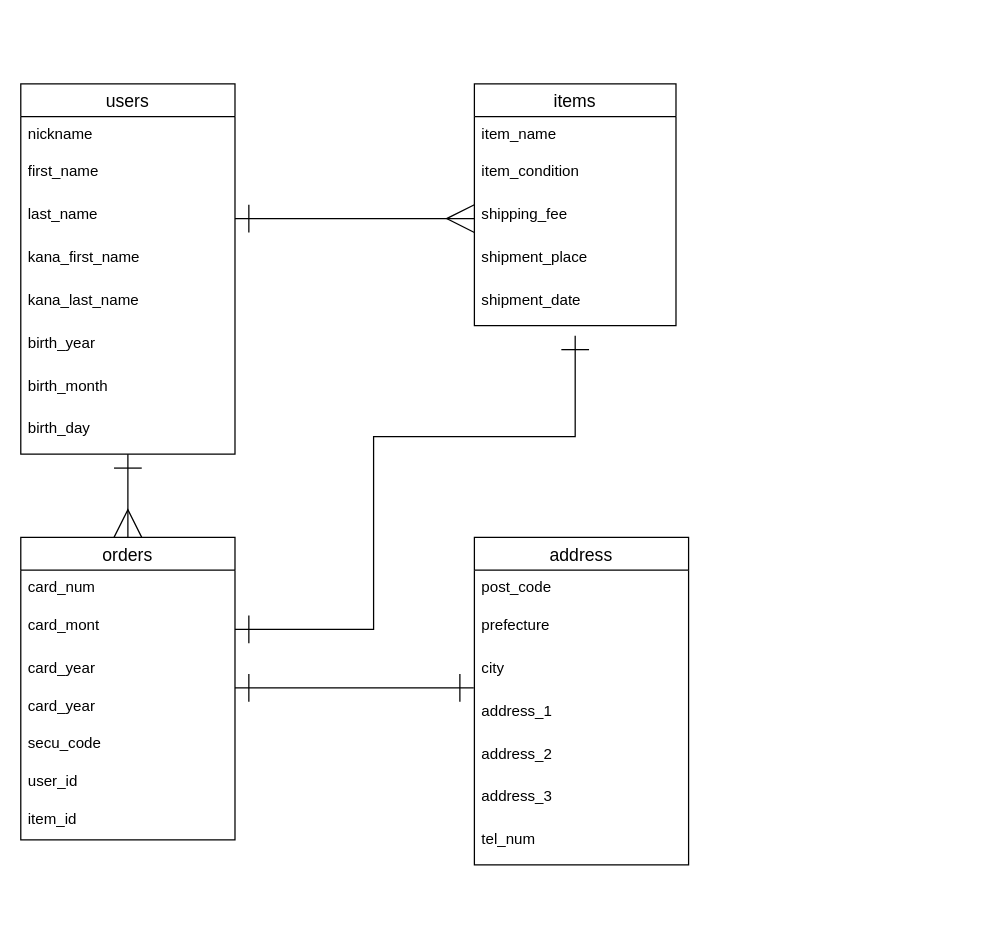
Earlier version of the draw.io diagram furima_db.dio (yamamo1984/furima-32901). Source tidied: cells renumbered, new cells numbered last; positions are measured from the earlier drawing's top-left corner, leaving out a move shared by most shapes. Both pictures are drawn from the tidied source at 126%, with x=0, y=0 at pixel (20, 83).
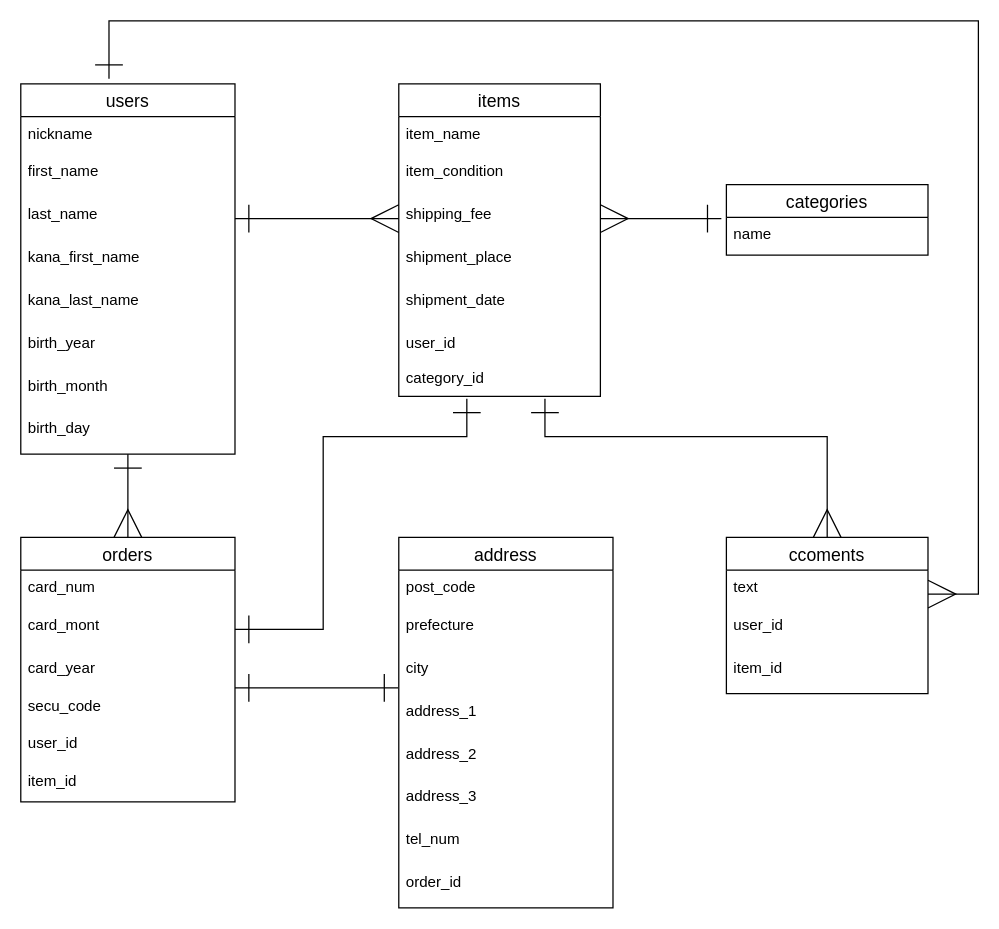
The same diagram, later.

Commit message (it also covers changes not shown here):
テーブル設計

The change refers to these unchanged cells:
```xml
<mxCell id="15" value="shipping_fee" style="text;strokeColor=none;fillColor=none;spacingLeft=4;spacingRight=4;overflow=hidden;points=[[0,0.5],[1,0.5]];portConstraint=eastwest;fontSize=12;" parent="12" vertex="1">
  <mxGeometry y="90" width="160" height="34" as="geometry" />
</mxCell>
<mxCell id="21" value="card_mont" style="text;strokeColor=none;fillColor=none;spacingLeft=4;spacingRight=4;overflow=hidden;points=[[0,0.5],[1,0.5]];portConstraint=eastwest;fontSize=12;" parent="19" vertex="1">
  <mxGeometry y="56" width="170" height="34" as="geometry" />
</mxCell>
```

What changed in the source:
```diff
@@
     <mxCell id="12" value="items" style="swimlane;fontStyle=0;horizontal=1;startSize=26;align=center;fontSize=14;" parent="1" vertex="1">
-      <mxGeometry x="360" width="160" height="192" as="geometry" />
+      <mxGeometry x="300" width="160" height="248" as="geometry" />
     </mxCell>
@@
+    <mxCell id="37" value="user_id" style="text;strokeColor=none;fillColor=none;spacingLeft=4;spacingRight=4;overflow=hidden;fontSize=12;" parent="12" vertex="1">
+      <mxGeometry y="192" width="160" height="28" as="geometry" />
+    </mxCell>
+    <mxCell id="38" value="category_id" style="text;strokeColor=none;fillColor=none;spacingLeft=4;spacingRight=4;overflow=hidden;fontSize=12;" parent="12" vertex="1">
+      <mxGeometry y="220" width="160" height="28" as="geometry" />
+    </mxCell>
@@
     <mxCell id="19" value="orders" style="swimlane;fontStyle=0;horizontal=1;startSize=26;align=center;fontSize=14;" parent="1" vertex="1">
-      <mxGeometry y="360" width="170" height="240" as="geometry" />
+      <mxGeometry y="360" width="170" height="210" as="geometry" />
     </mxCell>
@@
-    <mxCell id="23" value="card_year" style="text;strokeColor=none;fillColor=none;spacingLeft=4;spacingRight=4;overflow=hidden;fontSize=12;" parent="19" vertex="1">
-      <mxGeometry y="120" width="170" height="30" as="geometry" />
-    </mxCell>
     <mxCell id="24" value="secu_code" style="text;strokeColor=none;fillColor=none;spacingLeft=4;spacingRight=4;overflow=hidden;fontSize=12;" parent="19" vertex="1">
-      <mxGeometry y="150" width="170" height="30" as="geometry" />
+      <mxGeometry y="120" width="170" height="30" as="geometry" />
     </mxCell>
     <mxCell id="25" value="user_id" style="text;strokeColor=none;fillColor=none;spacingLeft=4;spacingRight=4;overflow=hidden;fontSize=12;" parent="19" vertex="1">
-      <mxGeometry y="180" width="170" height="30" as="geometry" />
+      <mxGeometry y="150" width="170" height="30" as="geometry" />
     </mxCell>
     <mxCell id="26" value="item_id" style="text;strokeColor=none;fillColor=none;spacingLeft=4;spacingRight=4;overflow=hidden;fontSize=12;" parent="19" vertex="1">
-      <mxGeometry y="210" width="170" height="30" as="geometry" />
+      <mxGeometry y="180" width="170" height="30" as="geometry" />
     </mxCell>
     <mxCell id="27" value="address" style="swimlane;fontStyle=0;horizontal=1;startSize=26;align=center;fontSize=14;" parent="1" vertex="1">
-      <mxGeometry x="360" y="360" width="170" height="260" as="geometry" />
+      <mxGeometry x="300" y="360" width="170" height="294" as="geometry" />
     </mxCell>
@@
+    <mxCell id="39" value="order_id" style="text;strokeColor=none;fillColor=none;spacingLeft=4;spacingRight=4;overflow=hidden;fontSize=12;" parent="27" vertex="1">
+      <mxGeometry y="260" width="170" height="34" as="geometry" />
+    </mxCell>
@@
     <mxCell id="36" style="edgeStyle=orthogonalEdgeStyle;rounded=0;jettySize=auto;html=1;startArrow=ERone;startFill=0;startSize=20;endArrow=ERone;endFill=0;endSize=20;targetPerimeterSpacing=0;" parent="1" edge="1" source="21">
       <mxGeometry relative="1" as="geometry">
-        <mxPoint x="440" y="200" as="targetPoint" />
+        <mxPoint x="354" y="250" as="targetPoint" />
         <Array as="points">
-          <mxPoint x="280" y="433" />
-          <mxPoint x="280" y="280" />
-          <mxPoint x="440" y="280" />
+          <mxPoint x="240" y="433" />
+          <mxPoint x="240" y="280" />
+          <mxPoint x="354" y="280" />
         </Array>
       </mxGeometry>
     </mxCell>
+    <mxCell id="40" style="edgeStyle=orthogonalEdgeStyle;rounded=0;jettySize=auto;html=1;startArrow=ERmany;startFill=0;startSize=20;endArrow=ERone;endFill=0;endSize=20;targetPerimeterSpacing=0;" parent="1" edge="1" source="42">
+      <mxGeometry relative="1" as="geometry">
+        <mxPoint x="70" y="-4" as="targetPoint" />
+        <Array as="points">
+          <mxPoint x="760" y="405" />
+          <mxPoint x="760" y="-50" />
+          <mxPoint x="70" y="-50" />
+        </Array>
+      </mxGeometry>
+    </mxCell>
+    <mxCell id="41" style="edgeStyle=orthogonalEdgeStyle;rounded=0;jettySize=auto;html=1;startArrow=ERmany;startFill=0;startSize=20;endArrow=ERone;endFill=0;endSize=20;targetPerimeterSpacing=0;" parent="1" edge="1" source="42">
+      <mxGeometry relative="1" as="geometry">
+        <mxPoint x="416" y="250" as="targetPoint" />
+        <Array as="points">
+          <mxPoint x="640" y="280" />
+          <mxPoint x="416" y="280" />
+        </Array>
+      </mxGeometry>
+    </mxCell>
+    <mxCell id="42" value="ccoments" style="swimlane;fontStyle=0;horizontal=1;startSize=26;align=center;fontSize=14;" parent="1" vertex="1">
+      <mxGeometry x="560" y="360" width="160" height="124" as="geometry" />
+    </mxCell>
+    <mxCell id="43" value="text" style="text;strokeColor=none;fillColor=none;spacingLeft=4;spacingRight=4;overflow=hidden;fontSize=12;" parent="42" vertex="1">
+      <mxGeometry y="26" width="160" height="30" as="geometry" />
+    </mxCell>
+    <mxCell id="44" value="user_id" style="text;strokeColor=none;fillColor=none;spacingLeft=4;spacingRight=4;overflow=hidden;fontSize=12;" parent="42" vertex="1">
+      <mxGeometry y="56" width="160" height="34" as="geometry" />
+    </mxCell>
+    <mxCell id="45" value="item_id" style="text;strokeColor=none;fillColor=none;spacingLeft=4;spacingRight=4;overflow=hidden;fontSize=12;" parent="42" vertex="1">
+      <mxGeometry y="90" width="160" height="34" as="geometry" />
+    </mxCell>
+    <mxCell id="46" value="categories" style="swimlane;fontStyle=0;horizontal=1;startSize=26;align=center;fontSize=14;" parent="1" vertex="1">
+      <mxGeometry x="560" y="80" width="160" height="56" as="geometry" />
+    </mxCell>
+    <mxCell id="47" value="name" style="text;strokeColor=none;fillColor=none;spacingLeft=4;spacingRight=4;overflow=hidden;fontSize=12;" parent="46" vertex="1">
+      <mxGeometry y="26" width="160" height="30" as="geometry" />
+    </mxCell>
+    <mxCell id="48" style="edgeStyle=orthogonalEdgeStyle;rounded=0;jettySize=auto;html=1;startArrow=ERmany;startFill=0;startSize=20;endArrow=ERone;endFill=0;endSize=20;targetPerimeterSpacing=0;" parent="1" edge="1" source="15">
+      <mxGeometry relative="1" as="geometry">
+        <mxPoint x="556" y="107" as="targetPoint" />
+      </mxGeometry>
+    </mxCell>
```
